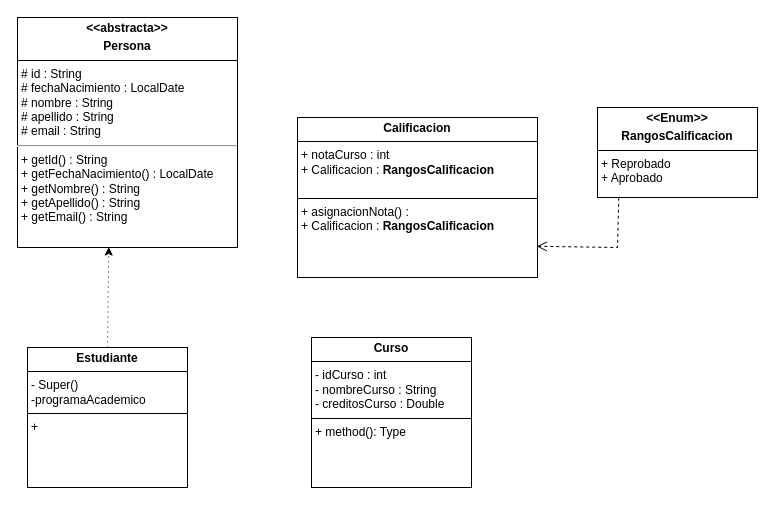
The draw.io diagram Java/Proyectos/CasoEstudio/src/main/java/com/mycompany/casoestudio/Diagrama sin título.drawio in BATRUCHO/university-projects, before the edit. Source tidied: cells renumbered, new cells numbered last; positions are measured from the earlier drawing's top-left corner, leaving out a move shared by most shapes. Both pictures are drawn from the tidied source at 100%, with x=0, y=0 at pixel (17, 17).
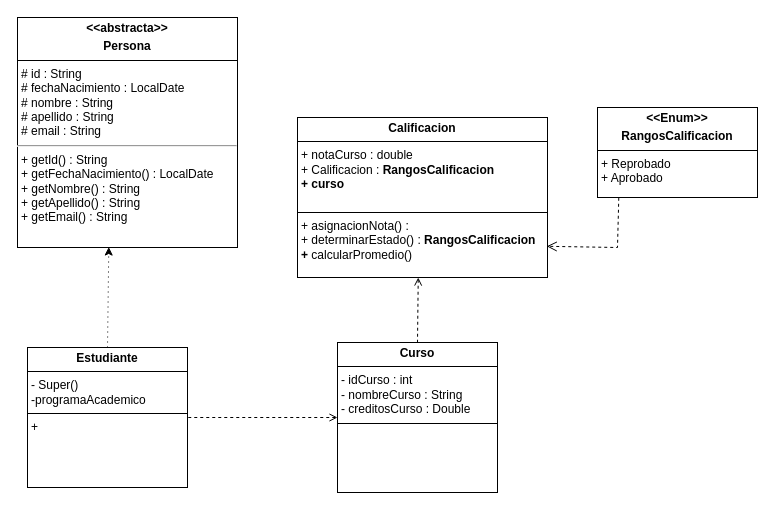
Above is the later version.

The edit, as a diff of the source:
```diff
@@
 <mxGraphModel>
   <root>
     <mxCell id="0" />
     <mxCell id="1" parent="0" />
-    <mxCell id="2" value="&lt;p style=&quot;margin:0px;margin-top:4px;text-align:center;&quot;&gt;&lt;b&gt;Calificacion&lt;/b&gt;&lt;/p&gt;&lt;hr size=&quot;1&quot; style=&quot;border-style:solid;&quot;&gt;&lt;p style=&quot;margin:0px;margin-left:4px;&quot;&gt;+ notaCurso : int&lt;/p&gt;&lt;p style=&quot;margin:0px;margin-left:4px;&quot;&gt;+ Calificacion :&amp;nbsp;&lt;b style=&quot;background-color: transparent; color: light-dark(rgb(0, 0, 0), rgb(255, 255, 255)); text-align: center;&quot;&gt;RangosCalificacion&lt;/b&gt;&lt;/p&gt;&lt;p style=&quot;margin:0px;margin-left:4px;&quot;&gt;&lt;br&gt;&lt;/p&gt;&lt;hr size=&quot;1&quot; style=&quot;border-style:solid;&quot;&gt;&lt;p style=&quot;margin:0px;margin-left:4px;&quot;&gt;+ asignacionNota() :&amp;nbsp;&lt;/p&gt;&lt;p style=&quot;margin:0px;margin-left:4px;&quot;&gt;+ Calificacion :&amp;nbsp;&lt;b style=&quot;background-color: transparent; color: light-dark(rgb(0, 0, 0), rgb(255, 255, 255)); text-align: center;&quot;&gt;RangosCalificacion&lt;/b&gt;&lt;/p&gt;" style="verticalAlign=top;align=left;overflow=fill;html=1;whiteSpace=wrap;" parent="1" vertex="1">
-      <mxGeometry x="280" y="100" width="240" height="160" as="geometry" />
+    <mxCell id="2" value="&lt;p style=&quot;margin:0px;margin-top:4px;text-align:center;&quot;&gt;&lt;b&gt;Calificacion&lt;/b&gt;&lt;/p&gt;&lt;hr size=&quot;1&quot; style=&quot;border-style:solid;&quot;&gt;&lt;p style=&quot;margin:0px;margin-left:4px;&quot;&gt;+ notaCurso : double&lt;/p&gt;&lt;p style=&quot;margin:0px;margin-left:4px;&quot;&gt;+ Calificacion :&amp;nbsp;&lt;b style=&quot;background-color: transparent; color: light-dark(rgb(0, 0, 0), rgb(255, 255, 255)); text-align: center;&quot;&gt;RangosCalificacion&lt;/b&gt;&lt;/p&gt;&lt;p style=&quot;margin:0px;margin-left:4px;&quot;&gt;&lt;b style=&quot;background-color: transparent; color: light-dark(rgb(0, 0, 0), rgb(255, 255, 255)); text-align: center;&quot;&gt;+ curso&lt;/b&gt;&lt;/p&gt;&lt;p style=&quot;margin:0px;margin-left:4px;&quot;&gt;&lt;br&gt;&lt;/p&gt;&lt;hr size=&quot;1&quot; style=&quot;border-style:solid;&quot;&gt;&lt;p style=&quot;margin:0px;margin-left:4px;&quot;&gt;+ asignacionNota() :&amp;nbsp;&lt;/p&gt;&lt;p style=&quot;margin:0px;margin-left:4px;&quot;&gt;+&amp;nbsp;&lt;span style=&quot;background-color: transparent; color: light-dark(rgb(0, 0, 0), rgb(255, 255, 255));&quot;&gt;determinarEstado() :&amp;nbsp;&lt;/span&gt;&lt;b style=&quot;background-color: transparent; color: light-dark(rgb(0, 0, 0), rgb(255, 255, 255)); text-align: center;&quot;&gt;RangosCalificacion&lt;/b&gt;&lt;/p&gt;&lt;p style=&quot;margin:0px;margin-left:4px;&quot;&gt;&lt;b style=&quot;background-color: transparent; color: light-dark(rgb(0, 0, 0), rgb(255, 255, 255)); text-align: center;&quot;&gt;+&amp;nbsp;&lt;/b&gt;&lt;span style=&quot;background-color: transparent; color: light-dark(rgb(0, 0, 0), rgb(255, 255, 255));&quot;&gt;calcularPromedio()&lt;/span&gt;&lt;/p&gt;" style="verticalAlign=top;align=left;overflow=fill;html=1;whiteSpace=wrap;" parent="1" vertex="1">
+      <mxGeometry x="280" y="100" width="250" height="160" as="geometry" />
     </mxCell>
     <mxCell id="3" value="&lt;p style=&quot;margin:0px;margin-top:4px;text-align:center;&quot;&gt;&lt;b&gt;&amp;lt;&amp;lt;abstracta&amp;gt;&amp;gt;&lt;/b&gt;&lt;/p&gt;&lt;p style=&quot;margin:0px;margin-top:4px;text-align:center;&quot;&gt;&lt;b&gt;Persona&lt;/b&gt;&lt;/p&gt;&lt;hr size=&quot;1&quot; style=&quot;border-style:solid;&quot;&gt;&lt;p style=&quot;margin: 0px 0px 0px 4px;&quot;&gt;# id : String&lt;/p&gt;&lt;p style=&quot;margin: 0px 0px 0px 4px;&quot;&gt;# fechaNacimiento : LocalDate&lt;/p&gt;&lt;p style=&quot;margin: 0px 0px 0px 4px;&quot;&gt;# nombre : String&lt;/p&gt;&lt;p style=&quot;margin: 0px 0px 0px 4px;&quot;&gt;# apellido : String&lt;/p&gt;&lt;p style=&quot;margin: 0px 0px 0px 4px;&quot;&gt;# email : String&amp;nbsp;&lt;/p&gt;&lt;hr&gt;&lt;p style=&quot;margin: 0px 0px 0px 4px;&quot;&gt;&lt;/p&gt;&lt;p style=&quot;margin: 0px 0px 0px 4px;&quot;&gt;+ getId() : String&lt;/p&gt;&lt;p style=&quot;margin: 0px 0px 0px 4px;&quot;&gt;+ getFechaNacimiento() : LocalDate&lt;/p&gt;&lt;p style=&quot;margin: 0px 0px 0px 4px;&quot;&gt;+ getNombre() : String&lt;/p&gt;&lt;p style=&quot;margin: 0px 0px 0px 4px;&quot;&gt;+ getApellido() : String&lt;/p&gt;&lt;p style=&quot;margin: 0px 0px 0px 4px;&quot;&gt;+ getEmail() : String&lt;/p&gt;&lt;p style=&quot;margin: 0px 0px 0px 4px;&quot;&gt;&lt;br&gt;&lt;/p&gt;" style="verticalAlign=top;align=left;overflow=fill;html=1;whiteSpace=wrap;" parent="1" vertex="1">
       <mxGeometry width="220" height="230" as="geometry" />
     </mxCell>
     <mxCell id="4" value="&lt;p style=&quot;margin:0px;margin-top:4px;text-align:center;&quot;&gt;&lt;b&gt;Estudiante&lt;/b&gt;&lt;/p&gt;&lt;hr size=&quot;1&quot; style=&quot;border-style:solid;&quot;&gt;&lt;p style=&quot;margin:0px;margin-left:4px;&quot;&gt;- Super()&lt;/p&gt;&lt;p style=&quot;margin:0px;margin-left:4px;&quot;&gt;-programaAcademico&lt;/p&gt;&lt;hr size=&quot;1&quot; style=&quot;border-style:solid;&quot;&gt;&lt;p style=&quot;margin:0px;margin-left:4px;&quot;&gt;+&amp;nbsp;&lt;/p&gt;" style="verticalAlign=top;align=left;overflow=fill;html=1;whiteSpace=wrap;" parent="1" vertex="1">
       <mxGeometry x="10" y="330" width="160" height="140" as="geometry" />
     </mxCell>
     <mxCell id="5" style="endArrow=classic;html=1;rounded=0;entryX=0.415;entryY=0.998;entryDx=0;entryDy=0;entryPerimeter=0;exitX=0.5;exitY=0;exitDx=0;exitDy=0;dashed=1;dashPattern=1 4;" parent="1" edge="1" source="4" target="3">
       <mxGeometry relative="1" as="geometry" />
     </mxCell>
     <mxCell id="6" value="&lt;p style=&quot;margin:0px;margin-top:4px;text-align:center;&quot;&gt;&lt;b&gt;&amp;lt;&amp;lt;Enum&amp;gt;&amp;gt;&lt;/b&gt;&lt;/p&gt;&lt;p style=&quot;margin:0px;margin-top:4px;text-align:center;&quot;&gt;&lt;b&gt;RangosCalificacion&lt;/b&gt;&lt;/p&gt;&lt;hr size=&quot;1&quot; style=&quot;border-style:solid;&quot;&gt;&lt;p style=&quot;margin:0px;margin-left:4px;&quot;&gt;+ Reprobado&lt;/p&gt;&lt;p style=&quot;margin:0px;margin-left:4px;&quot;&gt;+ Aprobado&lt;/p&gt;&lt;p style=&quot;margin:0px;margin-left:4px;&quot;&gt;&lt;br&gt;&lt;/p&gt;" style="verticalAlign=top;align=left;overflow=fill;html=1;whiteSpace=wrap;" parent="1" vertex="1">
       <mxGeometry x="580" y="90" width="160" height="90" as="geometry" />
     </mxCell>
     <mxCell id="7" style="html=1;verticalAlign=bottom;endArrow=open;dashed=1;endSize=8;curved=0;rounded=0;exitX=0.133;exitY=1.003;exitDx=0;exitDy=0;exitPerimeter=0;entryX=0.997;entryY=0.805;entryDx=0;entryDy=0;entryPerimeter=0;" parent="1" edge="1" source="6" target="2">
       <mxGeometry x="-0.5" relative="1" as="geometry">
         <Array as="points">
           <mxPoint x="600" y="230" />
         </Array>
       </mxGeometry>
     </mxCell>
-    <mxCell id="8" value="&lt;p style=&quot;margin:0px;margin-top:4px;text-align:center;&quot;&gt;&lt;b&gt;Curso&lt;/b&gt;&lt;/p&gt;&lt;hr size=&quot;1&quot; style=&quot;border-style:solid;&quot;&gt;&lt;p style=&quot;margin:0px;margin-left:4px;&quot;&gt;- idCurso : int&lt;/p&gt;&lt;p style=&quot;margin:0px;margin-left:4px;&quot;&gt;- nombreCurso : String&lt;/p&gt;&lt;p style=&quot;margin:0px;margin-left:4px;&quot;&gt;- creditosCurso : Double&lt;/p&gt;&lt;hr size=&quot;1&quot; style=&quot;border-style:solid;&quot;&gt;&lt;p style=&quot;margin:0px;margin-left:4px;&quot;&gt;+ method(): Type&lt;/p&gt;" style="verticalAlign=top;align=left;overflow=fill;html=1;whiteSpace=wrap;" parent="1" vertex="1">
-      <mxGeometry x="294" y="320" width="160" height="150" as="geometry" />
+    <mxCell id="8" value="&lt;p style=&quot;margin:0px;margin-top:4px;text-align:center;&quot;&gt;&lt;b&gt;Curso&lt;/b&gt;&lt;/p&gt;&lt;hr size=&quot;1&quot; style=&quot;border-style:solid;&quot;&gt;&lt;p style=&quot;margin:0px;margin-left:4px;&quot;&gt;- idCurso : int&lt;/p&gt;&lt;p style=&quot;margin:0px;margin-left:4px;&quot;&gt;- nombreCurso : String&lt;/p&gt;&lt;p style=&quot;margin:0px;margin-left:4px;&quot;&gt;- creditosCurso : Double&lt;/p&gt;&lt;hr size=&quot;1&quot; style=&quot;border-style:solid;&quot;&gt;&lt;p style=&quot;margin:0px;margin-left:4px;&quot;&gt;&lt;br&gt;&lt;/p&gt;" style="verticalAlign=top;align=left;overflow=fill;html=1;whiteSpace=wrap;" parent="1" vertex="1">
+      <mxGeometry x="320" y="325" width="160" height="150" as="geometry" />
     </mxCell>
+    <mxCell id="9" style="html=1;verticalAlign=bottom;endArrow=none;dashed=1;endSize=8;curved=0;rounded=0;exitX=0;exitY=0.5;exitDx=0;exitDy=0;entryX=1;entryY=0.5;entryDx=0;entryDy=0;endFill=0;startArrow=open;startFill=0;" parent="1" edge="1" source="8" target="4">
+      <mxGeometry relative="1" as="geometry" />
+    </mxCell>
+    <mxCell id="10" style="html=1;verticalAlign=bottom;endArrow=none;dashed=1;endSize=8;curved=0;rounded=0;entryX=0.5;entryY=0;entryDx=0;entryDy=0;endFill=0;startArrow=open;startFill=0;exitX=0.483;exitY=1;exitDx=0;exitDy=0;exitPerimeter=0;" parent="1" edge="1" source="2" target="8">
+      <mxGeometry relative="1" as="geometry" />
+    </mxCell>
   </root>
 </mxGraphModel>
```
